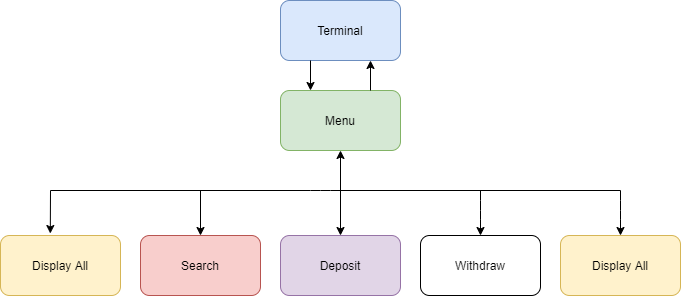
Earlier version of the draw.io export 2_Architecture/hld_1.png (priyankabb153/LTTS_Mini_project). Source tidied: cells renumbered, new cells last; positions are measured from the earlier drawing's top-left corner, leaving out a move shared by most shapes.
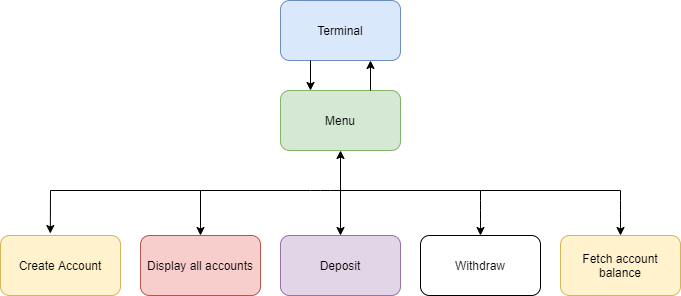
Above is the later version.

The edit, as a diff of the source:
```diff
@@ -8,7 +8,7 @@
     <mxCell id="3" value="Menu" style="rounded=1;whiteSpace=wrap;html=1;fillColor=#d5e8d4;strokeColor=#82b366;" parent="1" vertex="1">
       <mxGeometry x="280" y="90" width="120" height="60" as="geometry" />
     </mxCell>
-    <mxCell id="4" value="Display All" style="rounded=1;whiteSpace=wrap;html=1;fillColor=#fff2cc;strokeColor=#d6b656;" parent="1" vertex="1">
+    <mxCell id="4" value="Create Account" style="rounded=1;whiteSpace=wrap;html=1;fillColor=#fff2cc;strokeColor=#d6b656;" parent="1" vertex="1">
       <mxGeometry y="235" width="120" height="60" as="geometry" />
     </mxCell>
     <mxCell id="5" value="Deposit" style="rounded=1;whiteSpace=wrap;html=1;fillColor=#e1d5e7;strokeColor=#9673a6;" parent="1" vertex="1">
@@ -17,7 +17,7 @@
     <mxCell id="6" value="Withdraw" style="rounded=1;whiteSpace=wrap;html=1;" parent="1" vertex="1">
       <mxGeometry x="420" y="235" width="120" height="60" as="geometry" />
     </mxCell>
-    <mxCell id="7" value="Search" style="rounded=1;whiteSpace=wrap;html=1;fillColor=#f8cecc;strokeColor=#b85450;" parent="1" vertex="1">
+    <mxCell id="7" value="Display all accounts" style="rounded=1;whiteSpace=wrap;html=1;fillColor=#f8cecc;strokeColor=#b85450;" parent="1" vertex="1">
       <mxGeometry x="140" y="235" width="120" height="60" as="geometry" />
     </mxCell>
     <mxCell id="8" style="endArrow=classic;html=1;exitX=0.25;exitY=1;exitDx=0;exitDy=0;entryX=0.25;entryY=0;entryDx=0;entryDy=0;" parent="1" edge="1" source="2" target="3">
@@ -45,7 +45,7 @@
         <mxPoint x="340" y="190" as="sourcePoint" />
       </mxGeometry>
     </mxCell>
-    <mxCell id="13" value="Display All" style="rounded=1;whiteSpace=wrap;html=1;fillColor=#fff2cc;strokeColor=#d6b656;" parent="1" vertex="1">
+    <mxCell id="13" value="Fetch account balance" style="rounded=1;whiteSpace=wrap;html=1;fillColor=#fff2cc;strokeColor=#d6b656;" parent="1" vertex="1">
       <mxGeometry x="560" y="235" width="120" height="60" as="geometry" />
     </mxCell>
     <mxCell id="14" style="endArrow=classic;html=1;entryX=0.5;entryY=0;entryDx=0;entryDy=0;" parent="1" edge="1" target="7">
```
